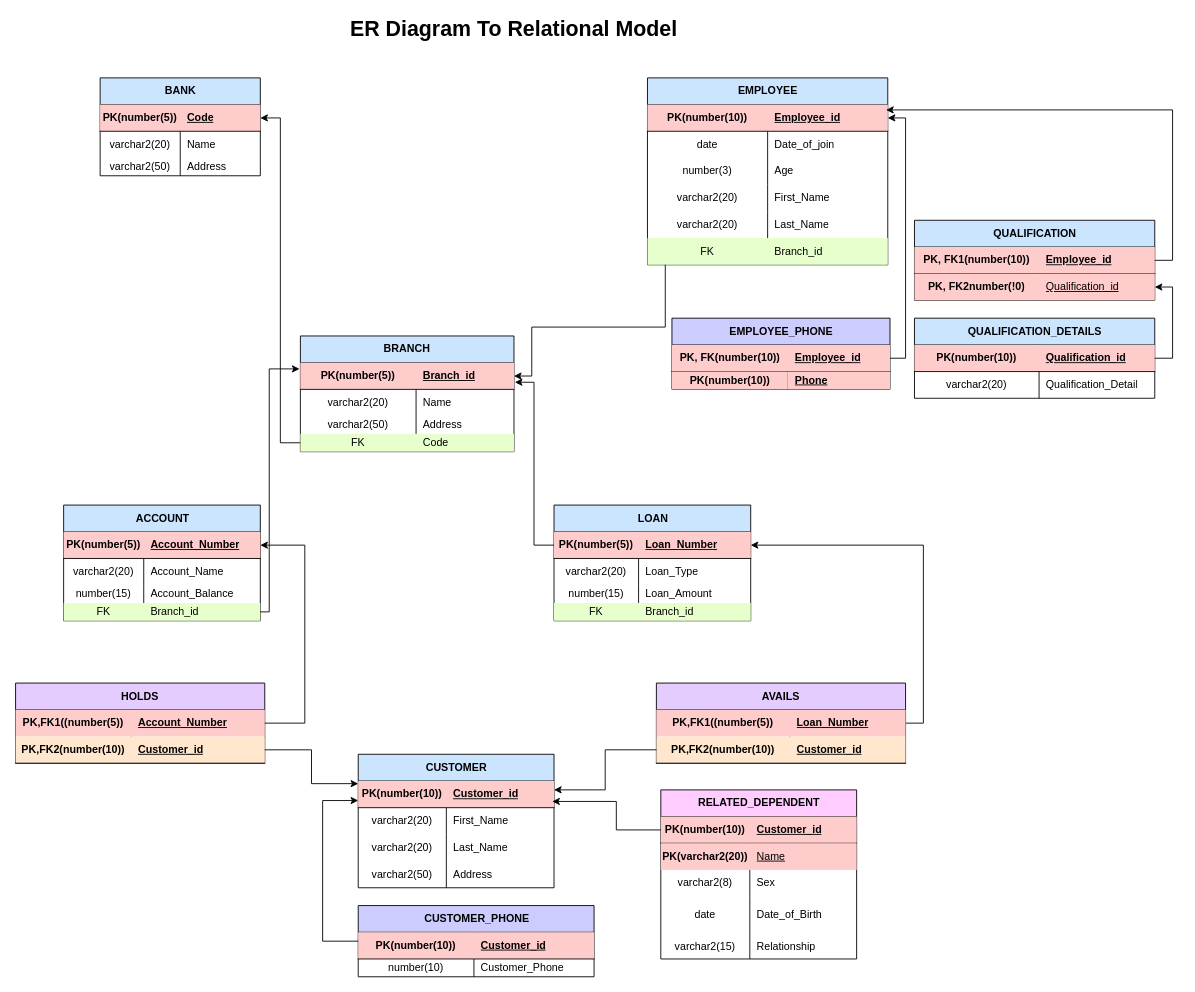
The draw.io diagram page "Page-2" (2 of 2) of Relational_model_from_ER_Diagram.drawio in Anurag404OpenSourceRules/Bank-Management-System-ERD, before the edit. Source tidied: cells renumbered, new cells numbered last; positions are measured from the earlier drawing's top-left corner, leaving out a move shared by most shapes. Both pictures are drawn from the tidied source at 89%, with x=0, y=0 at pixel (15, 15).
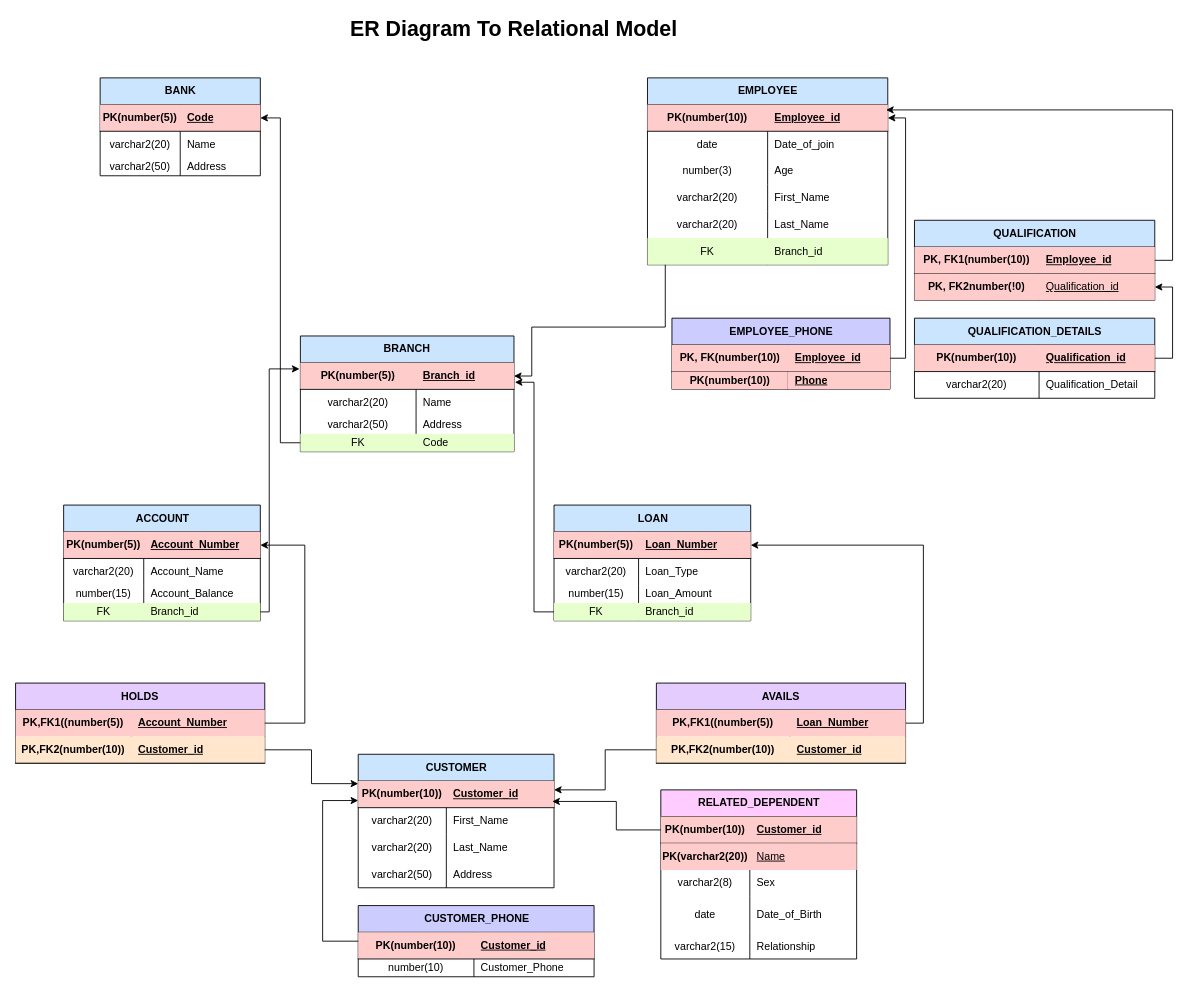
Above is the later version.

The change refers to these unchanged cells:
```xml
<mxCell id="14" style="shape=tableRow;horizontal=0;startSize=0;swimlaneHead=0;swimlaneBody=0;fillColor=#FFCCCC;points=[[0,0.5],[1,0.5]];portConstraint=eastwest;top=0;left=0;right=0;bottom=1;" parent="13" vertex="1">
  <mxGeometry y="30" width="240" height="30" as="geometry" />
</mxCell>
<mxCell id="47" style="shape=tableRow;horizontal=0;startSize=0;swimlaneHead=0;swimlaneBody=0;fillColor=#FFCCCC;points=[[0,0.5],[1,0.5]];portConstraint=eastwest;top=0;left=0;right=0;bottom=1;" parent="46" vertex="1">
  <mxGeometry y="30" width="221" height="30" as="geometry" />
</mxCell>
<mxCell id="56" style="shape=tableRow;horizontal=0;startSize=0;swimlaneHead=0;swimlaneBody=0;fillColor=#E6FFCC;points=[[0,0.5],[1,0.5]];portConstraint=eastwest;top=0;left=0;right=0;bottom=0;" parent="46" vertex="1">
  <mxGeometry y="110" width="221" height="20" as="geometry" />
</mxCell>
```

What changed in the source:
```diff
@@
-    <mxCell id="108" style="edgeStyle=orthogonalEdgeStyle;rounded=0;jettySize=auto;html=1;entryX=1.004;entryY=0.733;entryDx=0;entryDy=0;entryPerimeter=0;" parent="1" edge="1" source="47" target="14">
+    <mxCell id="108" style="edgeStyle=orthogonalEdgeStyle;rounded=0;jettySize=auto;html=1;entryX=1.004;entryY=0.733;entryDx=0;entryDy=0;entryPerimeter=0;exitX=0;exitY=0.5;exitDx=0;exitDy=0;" parent="1" edge="1" source="56" target="14">
       <mxGeometry relative="1" as="geometry" />
     </mxCell>
```
